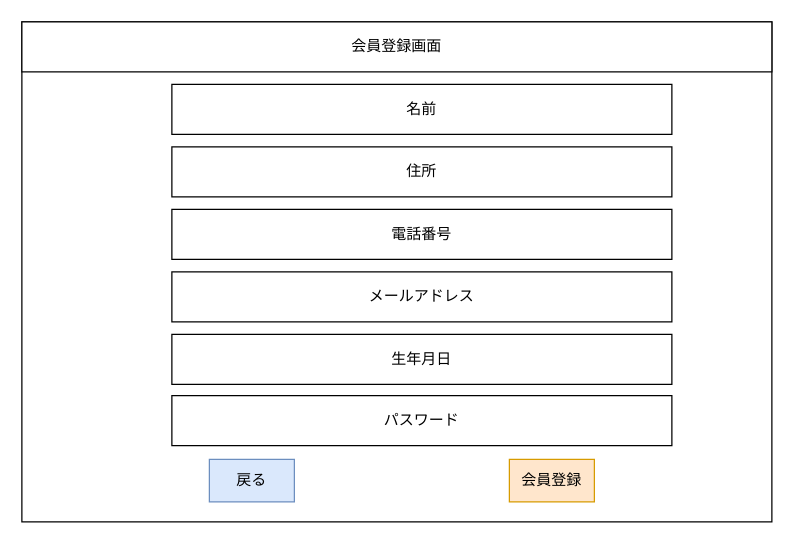
Before: レイアウト図/会員登録画面.drawio in 2022java42-student009/ProjectJava, a draw.io diagram. Source tidied: cells renumbered, new cells numbered last; positions are measured from the earlier drawing's top-left corner, leaving out a move shared by most shapes. Both pictures are drawn from the tidied source at 125%, with x=0, y=0 at pixel (21, 21).
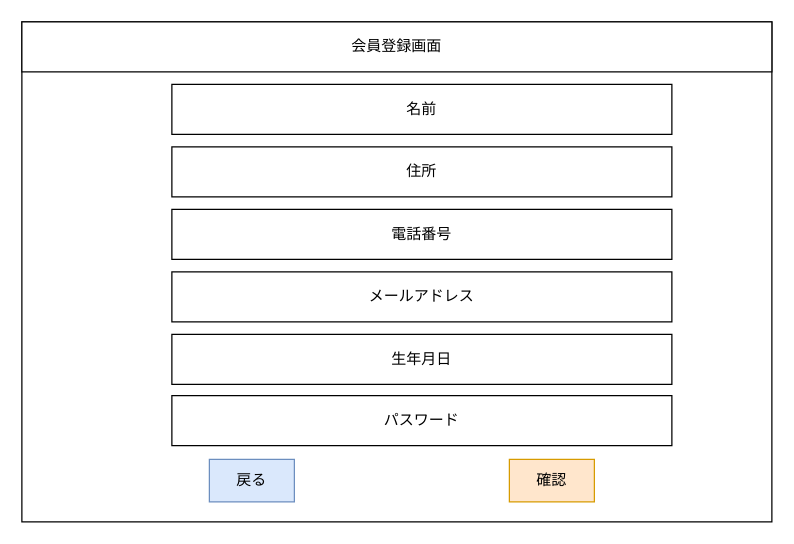
Above is the later version.

What changed in the source:
```diff
@@
 <mxGraphModel>
   <root>
     <mxCell id="0" />
     <mxCell id="1" parent="0" />
     <mxCell id="2" style="rounded=0;whiteSpace=wrap;html=1;" parent="1" vertex="1">
       <mxGeometry width="600" height="400" as="geometry" />
     </mxCell>
     <mxCell id="3" value="会員登録画面" style="rounded=0;whiteSpace=wrap;html=1;" parent="1" vertex="1">
       <mxGeometry width="600" height="40" as="geometry" />
     </mxCell>
     <mxCell id="4" value="名前" style="rounded=0;whiteSpace=wrap;html=1;" parent="1" vertex="1">
       <mxGeometry x="120" y="50" width="400" height="40" as="geometry" />
     </mxCell>
     <mxCell id="5" value="パスワード" style="rounded=0;whiteSpace=wrap;html=1;" parent="1" vertex="1">
       <mxGeometry x="120" y="299" width="400" height="40" as="geometry" />
     </mxCell>
-    <mxCell id="6" value="会員登録" style="rounded=0;whiteSpace=wrap;html=1;fillColor=#ffe6cc;strokeColor=#d79b00;" parent="1" vertex="1">
+    <mxCell id="6" value="確認" style="rounded=0;whiteSpace=wrap;html=1;fillColor=#ffe6cc;strokeColor=#d79b00;" parent="1" vertex="1">
       <mxGeometry x="390" y="350" width="68" height="34" as="geometry" />
     </mxCell>
     <mxCell id="7" value="戻る" style="rounded=0;whiteSpace=wrap;html=1;fillColor=#dae8fc;strokeColor=#6c8ebf;" parent="1" vertex="1">
       <mxGeometry x="150" y="350" width="68" height="34" as="geometry" />
     </mxCell>
     <mxCell id="8" value="住所" style="rounded=0;whiteSpace=wrap;html=1;" parent="1" vertex="1">
       <mxGeometry x="120" y="100" width="400" height="40" as="geometry" />
     </mxCell>
     <mxCell id="9" value="電話番号" style="rounded=0;whiteSpace=wrap;html=1;" parent="1" vertex="1">
       <mxGeometry x="120" y="150" width="400" height="40" as="geometry" />
     </mxCell>
     <mxCell id="10" value="メールアドレス" style="rounded=0;whiteSpace=wrap;html=1;" parent="1" vertex="1">
       <mxGeometry x="120" y="200" width="400" height="40" as="geometry" />
     </mxCell>
     <mxCell id="11" style="edgeStyle=orthogonalEdgeStyle;rounded=0;orthogonalLoop=1;jettySize=auto;html=1;exitX=0.5;exitY=1;exitDx=0;exitDy=0;" parent="1" edge="1" source="5" target="5">
       <mxGeometry relative="1" as="geometry" />
     </mxCell>
     <mxCell id="12" value="生年月日" style="rounded=0;whiteSpace=wrap;html=1;" parent="1" vertex="1">
       <mxGeometry x="120" y="250" width="400" height="40" as="geometry" />
     </mxCell>
   </root>
 </mxGraphModel>
```
